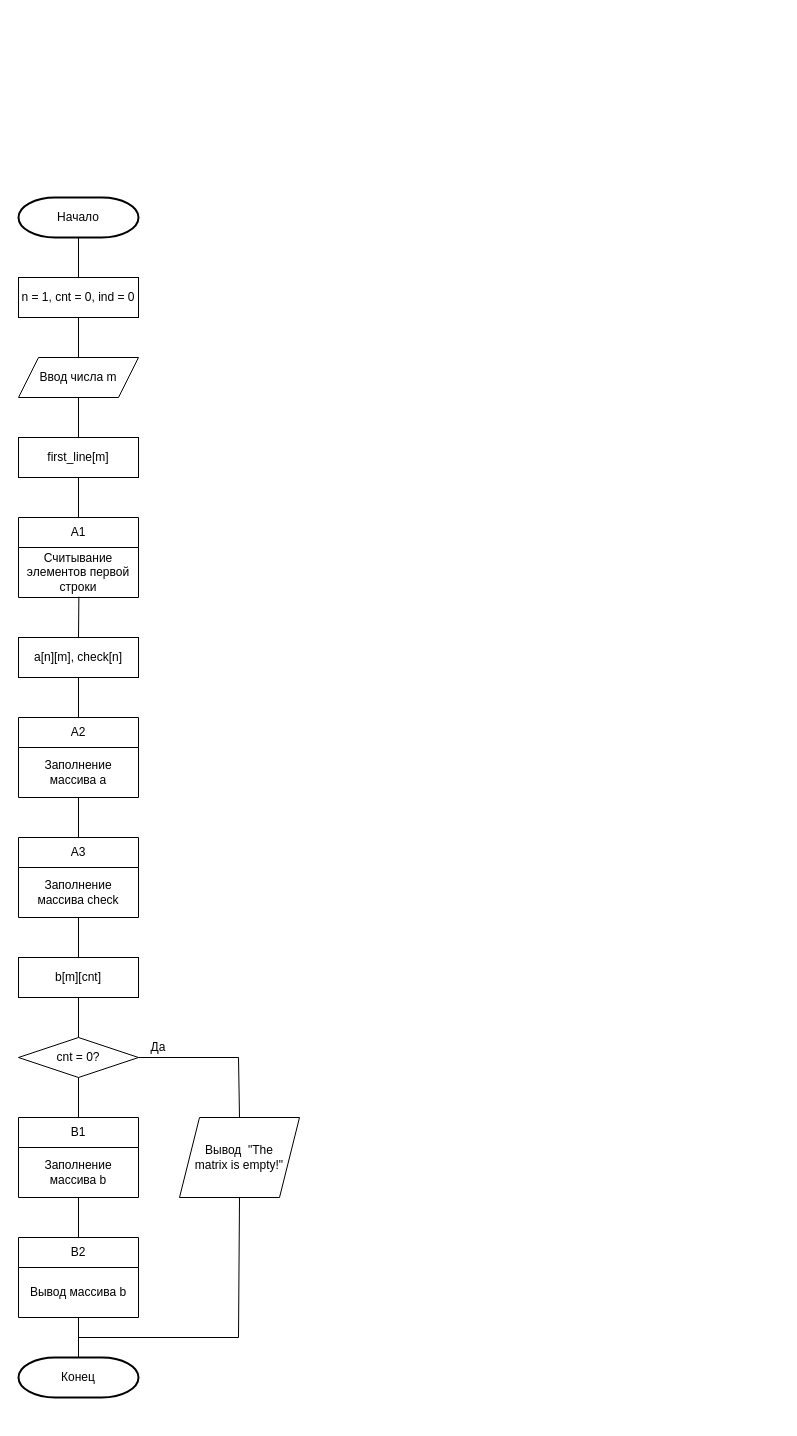
DexTver/LAB_03_01 keeps this draw.io diagram as Схема алгоритма.drawio. Above is the earlier version. Source tidied: cells renumbered, new cells numbered last; positions are measured from the earlier drawing's top-left corner, leaving out a move shared by most shapes. Both pictures are drawn from the tidied source at 100%, with x=0, y=0 at pixel (18, 197).
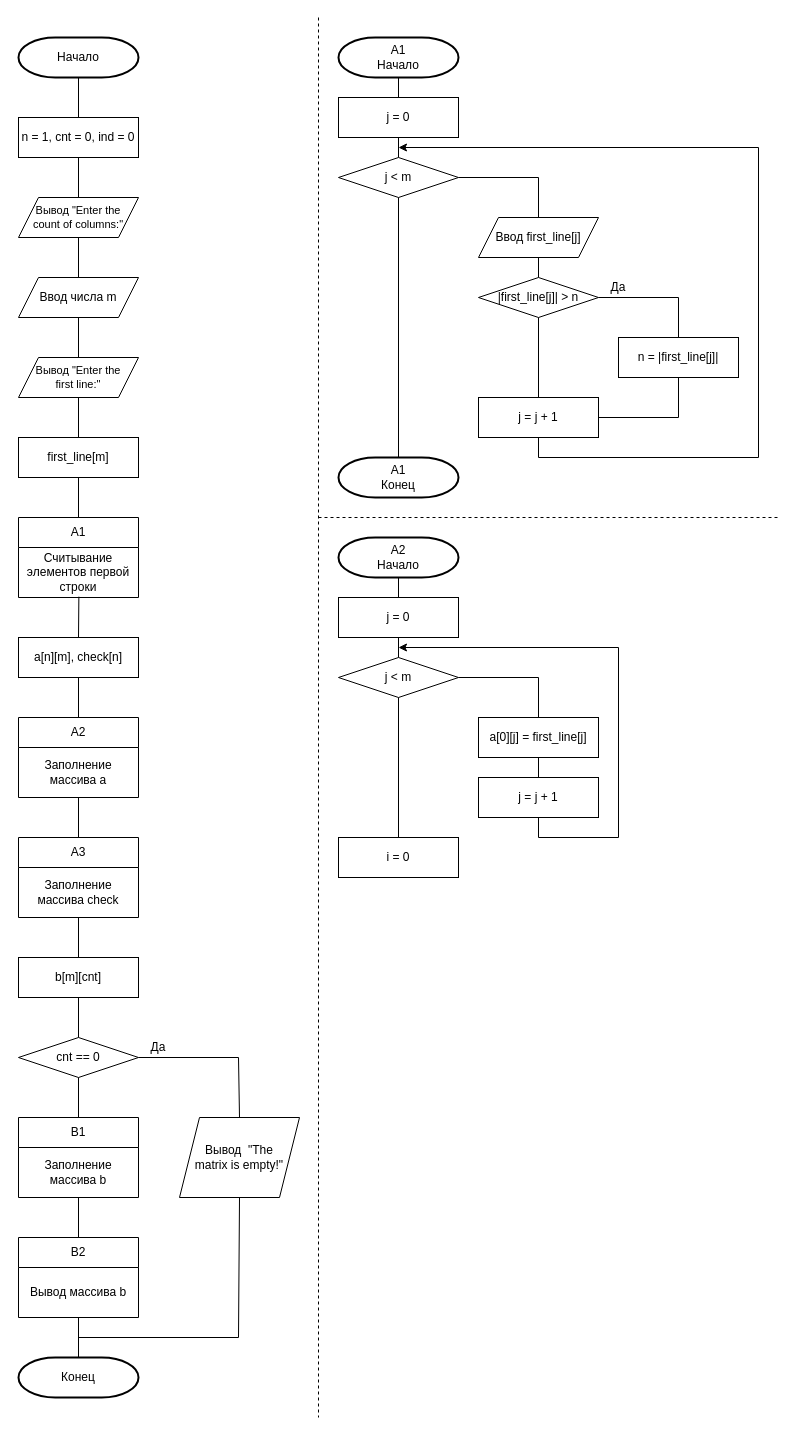
Above is the later version.

The change refers to these unchanged cells:
```xml
<mxCell id="5" value="first_line[m]" style="rounded=0;whiteSpace=wrap;html=1;" parent="1" vertex="1">
  <mxGeometry y="240" width="120" height="40" as="geometry" />
</mxCell>
```

Change to the diagram source:
```diff
@@
     <mxCell id="2" value="Начало" style="strokeWidth=2;html=1;shape=mxgraph.flowchart.terminator;whiteSpace=wrap;" parent="1" vertex="1">
-      <mxGeometry width="120" height="40" as="geometry" />
+      <mxGeometry y="-160" width="120" height="40" as="geometry" />
     </mxCell>
     <mxCell id="3" value="n = 1, cnt = 0, ind = 0" style="rounded=0;whiteSpace=wrap;html=1;" parent="1" vertex="1">
-      <mxGeometry y="80" width="120" height="40" as="geometry" />
+      <mxGeometry y="-80" width="120" height="40" as="geometry" />
     </mxCell>
     <mxCell id="4" value="Ввод числа m" style="shape=parallelogram;perimeter=parallelogramPerimeter;whiteSpace=wrap;html=1;fixedSize=1;" parent="1" vertex="1">
-      <mxGeometry y="160" width="120" height="40" as="geometry" />
+      <mxGeometry y="80" width="120" height="40" as="geometry" />
     </mxCell>
@@
-    <mxCell id="14" value="cnt = 0?" style="rhombus;whiteSpace=wrap;html=1;" parent="1" vertex="1">
+    <mxCell id="14" value="cnt == 0" style="rhombus;whiteSpace=wrap;html=1;" parent="1" vertex="1">
       <mxGeometry y="840" width="120" height="40" as="geometry" />
     </mxCell>
@@
-    <mxCell id="22" style="endArrow=none;html=1;rounded=0;entryX=0.5;entryY=1;entryDx=0;entryDy=0;exitX=0.5;exitY=0;exitDx=0;exitDy=0;" parent="1" edge="1" source="4" target="3">
-      <mxGeometry relative="1" as="geometry" />
-    </mxCell>
-    <mxCell id="23" style="endArrow=none;html=1;rounded=0;entryX=0.5;entryY=1;entryDx=0;entryDy=0;exitX=0.5;exitY=0;exitDx=0;exitDy=0;" parent="1" edge="1" source="5" target="4">
-      <mxGeometry relative="1" as="geometry" />
-    </mxCell>
@@
+    <mxCell id="36" style="endArrow=none;dashed=1;html=1;rounded=0;" parent="1" edge="1">
+      <mxGeometry relative="1" as="geometry">
+        <mxPoint x="300" y="-180" as="sourcePoint" />
+        <mxPoint x="300" y="1220" as="targetPoint" />
+      </mxGeometry>
+    </mxCell>
+    <mxCell id="37" value="A1&lt;br&gt;Начало" style="strokeWidth=2;html=1;shape=mxgraph.flowchart.terminator;whiteSpace=wrap;" parent="1" vertex="1">
+      <mxGeometry x="320" y="-160" width="120" height="40" as="geometry" />
+    </mxCell>
+    <mxCell id="38" value="j = 0" style="rounded=0;whiteSpace=wrap;html=1;" parent="1" vertex="1">
+      <mxGeometry x="320" y="-100" width="120" height="40" as="geometry" />
+    </mxCell>
+    <mxCell id="39" value="j &amp;lt; m" style="rhombus;whiteSpace=wrap;html=1;" parent="1" vertex="1">
+      <mxGeometry x="320" y="-40" width="120" height="40" as="geometry" />
+    </mxCell>
+    <mxCell id="40" value="Ввод first_line[j]" style="shape=parallelogram;perimeter=parallelogramPerimeter;whiteSpace=wrap;html=1;fixedSize=1;" parent="1" vertex="1">
+      <mxGeometry x="460" y="20" width="120" height="40" as="geometry" />
+    </mxCell>
+    <mxCell id="41" value="|first_line[j]|&amp;nbsp;&amp;gt; n" style="rhombus;whiteSpace=wrap;html=1;" parent="1" vertex="1">
+      <mxGeometry x="460" y="80" width="120" height="40" as="geometry" />
+    </mxCell>
+    <mxCell id="42" value="j = j + 1" style="rounded=0;whiteSpace=wrap;html=1;" parent="1" vertex="1">
+      <mxGeometry x="460" y="200" width="120" height="40" as="geometry" />
+    </mxCell>
+    <mxCell id="43" style="endArrow=classic;html=1;rounded=0;exitX=0.5;exitY=1;exitDx=0;exitDy=0;endFill=1;" parent="1" edge="1" source="42">
+      <mxGeometry relative="1" as="geometry">
+        <mxPoint x="380" y="-50" as="targetPoint" />
+        <Array as="points">
+          <mxPoint x="520" y="260" />
+          <mxPoint x="740" y="260" />
+          <mxPoint x="740" y="-50" />
+        </Array>
+      </mxGeometry>
+    </mxCell>
+    <mxCell id="44" style="endArrow=none;html=1;rounded=0;entryX=0.5;entryY=1;entryDx=0;entryDy=0;exitX=0.5;exitY=0;exitDx=0;exitDy=0;" parent="1" edge="1" source="39" target="38">
+      <mxGeometry relative="1" as="geometry" />
+    </mxCell>
+    <mxCell id="45" value="A1&lt;br&gt;Конец" style="strokeWidth=2;html=1;shape=mxgraph.flowchart.terminator;whiteSpace=wrap;" parent="1" vertex="1">
+      <mxGeometry x="320" y="260" width="120" height="40" as="geometry" />
+    </mxCell>
+    <mxCell id="46" style="endArrow=none;html=1;rounded=0;entryX=0.5;entryY=1;entryDx=0;entryDy=0;exitX=0.5;exitY=0;exitDx=0;exitDy=0;exitPerimeter=0;" parent="1" edge="1" source="45" target="39">
+      <mxGeometry relative="1" as="geometry" />
+    </mxCell>
+    <mxCell id="47" style="endArrow=none;html=1;rounded=0;entryX=0.5;entryY=1;entryDx=0;entryDy=0;exitX=0.5;exitY=0;exitDx=0;exitDy=0;" parent="1" edge="1" source="42" target="41">
+      <mxGeometry relative="1" as="geometry" />
+    </mxCell>
+    <mxCell id="48" value="n = |first_line[j]|" style="rounded=0;whiteSpace=wrap;html=1;" parent="1" vertex="1">
+      <mxGeometry x="600" y="140" width="120" height="40" as="geometry" />
+    </mxCell>
+    <mxCell id="49" style="endArrow=none;html=1;rounded=0;entryX=0.5;entryY=1;entryDx=0;entryDy=0;exitX=1;exitY=0.5;exitDx=0;exitDy=0;" parent="1" edge="1" source="42" target="48">
+      <mxGeometry relative="1" as="geometry">
+        <Array as="points">
+          <mxPoint x="660" y="220" />
+        </Array>
+      </mxGeometry>
+    </mxCell>
+    <mxCell id="50" style="endArrow=none;html=1;rounded=0;exitX=1;exitY=0.5;exitDx=0;exitDy=0;entryX=0.5;entryY=0;entryDx=0;entryDy=0;" parent="1" edge="1" source="41" target="48">
+      <mxGeometry relative="1" as="geometry">
+        <Array as="points">
+          <mxPoint x="660" y="100" />
+        </Array>
+      </mxGeometry>
+    </mxCell>
+    <mxCell id="51" value="Да" style="text;html=1;strokeColor=none;fillColor=none;align=center;verticalAlign=middle;whiteSpace=wrap;rounded=0;" parent="1" vertex="1">
+      <mxGeometry x="570" y="75" width="60" height="30" as="geometry" />
+    </mxCell>
+    <mxCell id="52" style="endArrow=none;html=1;rounded=0;exitX=1;exitY=0.5;exitDx=0;exitDy=0;entryX=0.5;entryY=0;entryDx=0;entryDy=0;" parent="1" edge="1" source="39" target="40">
+      <mxGeometry relative="1" as="geometry">
+        <Array as="points">
+          <mxPoint x="520" y="-20" />
+        </Array>
+      </mxGeometry>
+    </mxCell>
+    <mxCell id="53" style="endArrow=none;html=1;rounded=0;entryX=0.5;entryY=1;entryDx=0;entryDy=0;exitX=0.5;exitY=0;exitDx=0;exitDy=0;" parent="1" edge="1" source="41" target="40">
+      <mxGeometry relative="1" as="geometry" />
+    </mxCell>
+    <mxCell id="54" style="endArrow=none;html=1;rounded=0;entryX=0.5;entryY=1;entryDx=0;entryDy=0;entryPerimeter=0;exitX=0.5;exitY=0;exitDx=0;exitDy=0;" parent="1" edge="1" source="38" target="37">
+      <mxGeometry relative="1" as="geometry" />
+    </mxCell>
+    <mxCell id="55" style="endArrow=none;dashed=1;html=1;rounded=0;" parent="1" edge="1">
+      <mxGeometry relative="1" as="geometry">
+        <mxPoint x="300" y="320" as="sourcePoint" />
+        <mxPoint x="760" y="320" as="targetPoint" />
+      </mxGeometry>
+    </mxCell>
+    <mxCell id="56" value="A2&lt;br&gt;Начало" style="strokeWidth=2;html=1;shape=mxgraph.flowchart.terminator;whiteSpace=wrap;" parent="1" vertex="1">
+      <mxGeometry x="320" y="340" width="120" height="40" as="geometry" />
+    </mxCell>
+    <mxCell id="57" value="j = 0" style="rounded=0;whiteSpace=wrap;html=1;" parent="1" vertex="1">
+      <mxGeometry x="320" y="400" width="120" height="40" as="geometry" />
+    </mxCell>
+    <mxCell id="58" value="j &amp;lt; m" style="rhombus;whiteSpace=wrap;html=1;" parent="1" vertex="1">
+      <mxGeometry x="320" y="460" width="120" height="40" as="geometry" />
+    </mxCell>
+    <mxCell id="59" value="a[0][j] = first_line[j]" style="rounded=0;whiteSpace=wrap;html=1;" parent="1" vertex="1">
+      <mxGeometry x="460" y="520" width="120" height="40" as="geometry" />
+    </mxCell>
+    <mxCell id="60" value="j = j + 1" style="rounded=0;whiteSpace=wrap;html=1;" parent="1" vertex="1">
+      <mxGeometry x="460" y="580" width="120" height="40" as="geometry" />
+    </mxCell>
+    <mxCell id="61" style="endArrow=none;html=1;rounded=0;entryX=0.5;entryY=1;entryDx=0;entryDy=0;exitX=0.5;exitY=0;exitDx=0;exitDy=0;" parent="1" edge="1" source="62" target="58">
+      <mxGeometry relative="1" as="geometry" />
+    </mxCell>
+    <mxCell id="62" value="i = 0" style="rounded=0;whiteSpace=wrap;html=1;" parent="1" vertex="1">
+      <mxGeometry x="320" y="640" width="120" height="40" as="geometry" />
+    </mxCell>
+    <mxCell id="63" style="endArrow=none;html=1;rounded=0;exitX=0.5;exitY=0;exitDx=0;exitDy=0;entryX=0.5;entryY=1;entryDx=0;entryDy=0;entryPerimeter=0;" parent="1" edge="1" source="57" target="56">
+      <mxGeometry relative="1" as="geometry" />
+    </mxCell>
+    <mxCell id="64" style="endArrow=none;html=1;rounded=0;exitX=0.5;exitY=0;exitDx=0;exitDy=0;entryX=0.5;entryY=1;entryDx=0;entryDy=0;" parent="1" edge="1" source="58" target="57">
+      <mxGeometry relative="1" as="geometry" />
+    </mxCell>
+    <mxCell id="65" style="endArrow=none;html=1;rounded=0;exitX=0.5;exitY=0;exitDx=0;exitDy=0;entryX=1;entryY=0.5;entryDx=0;entryDy=0;" parent="1" edge="1" source="59" target="58">
+      <mxGeometry relative="1" as="geometry">
+        <Array as="points">
+          <mxPoint x="520" y="480" />
+        </Array>
+      </mxGeometry>
+    </mxCell>
+    <mxCell id="66" style="endArrow=none;html=1;rounded=0;exitX=0.5;exitY=0;exitDx=0;exitDy=0;entryX=0.5;entryY=1;entryDx=0;entryDy=0;" parent="1" edge="1" source="60" target="59">
+      <mxGeometry relative="1" as="geometry" />
+    </mxCell>
+    <mxCell id="67" style="endArrow=classic;html=1;rounded=0;exitX=0.5;exitY=1;exitDx=0;exitDy=0;endFill=1;" parent="1" edge="1" source="60">
+      <mxGeometry relative="1" as="geometry">
+        <mxPoint x="380" y="450" as="targetPoint" />
+        <Array as="points">
+          <mxPoint x="520" y="640" />
+          <mxPoint x="600" y="640" />
+          <mxPoint x="600" y="450" />
+        </Array>
+      </mxGeometry>
+    </mxCell>
+    <mxCell id="68" value="&lt;font style=&quot;font-size: 11px;&quot;&gt;Вывод&amp;nbsp;&quot;Enter the count of columns:&quot;&lt;/font&gt;" style="shape=parallelogram;perimeter=parallelogramPerimeter;whiteSpace=wrap;html=1;fixedSize=1;spacingLeft=10;spacingRight=10;fontSize=11;" parent="1" vertex="1">
+      <mxGeometry width="120" height="40" as="geometry" />
+    </mxCell>
+    <mxCell id="69" style="endArrow=none;html=1;rounded=0;entryX=0.5;entryY=1;entryDx=0;entryDy=0;exitX=0.5;exitY=0;exitDx=0;exitDy=0;" parent="1" edge="1" source="68" target="3">
+      <mxGeometry relative="1" as="geometry" />
+    </mxCell>
+    <mxCell id="70" style="endArrow=none;html=1;rounded=0;entryX=0.5;entryY=1;entryDx=0;entryDy=0;exitX=0.5;exitY=0;exitDx=0;exitDy=0;" parent="1" edge="1" source="4" target="68">
+      <mxGeometry relative="1" as="geometry" />
+    </mxCell>
+    <mxCell id="71" value="Вывод&amp;nbsp;&quot;Enter the first line:&quot;" style="shape=parallelogram;perimeter=parallelogramPerimeter;whiteSpace=wrap;html=1;fixedSize=1;spacingLeft=7;spacingRight=7;fontSize=11;" parent="1" vertex="1">
+      <mxGeometry y="160" width="120" height="40" as="geometry" />
+    </mxCell>
+    <mxCell id="72" style="endArrow=none;html=1;rounded=0;entryX=0.5;entryY=1;entryDx=0;entryDy=0;exitX=0.5;exitY=0;exitDx=0;exitDy=0;" parent="1" edge="1" source="71" target="4">
+      <mxGeometry relative="1" as="geometry" />
+    </mxCell>
+    <mxCell id="73" style="endArrow=none;html=1;rounded=0;entryX=0.5;entryY=1;entryDx=0;entryDy=0;exitX=0.5;exitY=0;exitDx=0;exitDy=0;" parent="1" edge="1" source="5" target="71">
+      <mxGeometry relative="1" as="geometry" />
+    </mxCell>
```
